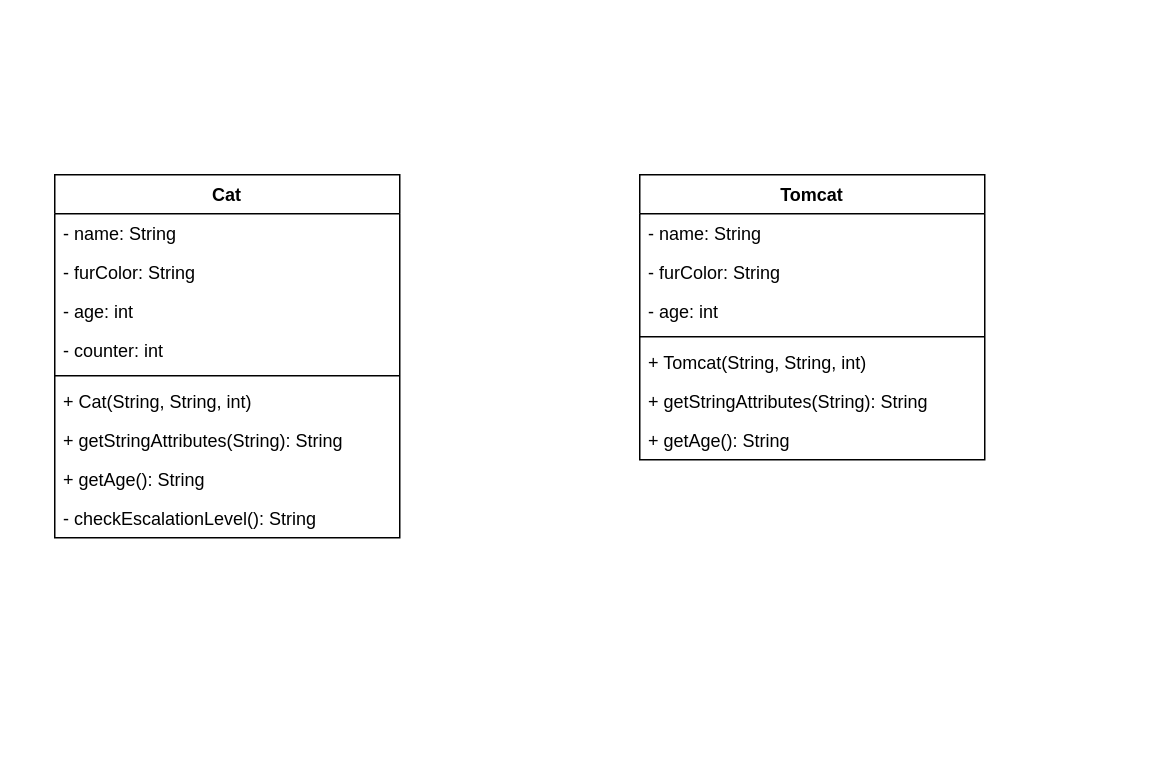
GitGud-OOP/03_Inheritance_Vererbung keeps this draw.io diagram as page "Cat_Tomcat" (2 of 2) of klassendiagramm.drawio. Above is the earlier version. Source tidied: cells renumbered, new cells numbered last; positions are measured from the earlier drawing's top-left corner, leaving out a move shared by most shapes. Both pictures are drawn from the tidied source at 150%, with x=0, y=0 at pixel (54, 174).
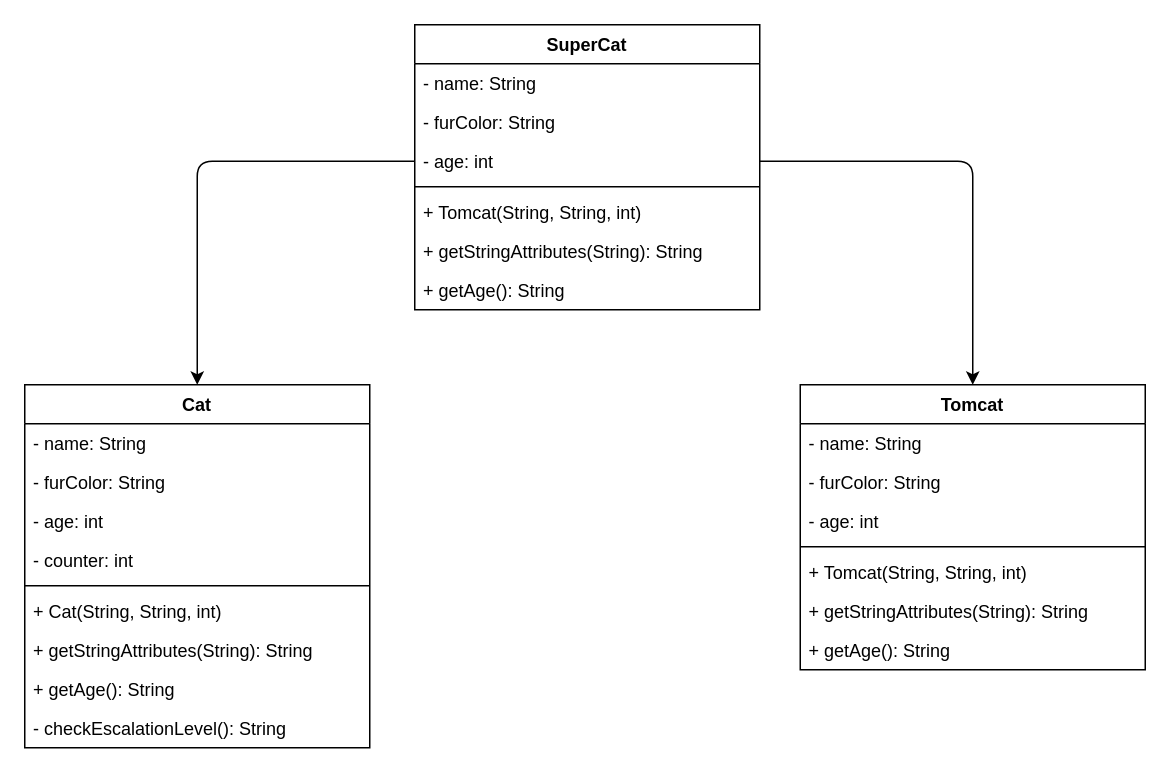
The same page after the edit.

What changed in the source:
```diff
@@
-    <mxCell id="2" value="Cat" style="swimlane;fontStyle=1;align=center;verticalAlign=top;horizontal=1;startSize=26;" parent="1" vertex="1">
-      <mxGeometry width="230" height="242" as="geometry" />
+    <mxCell id="2" value="Cat" style="swimlane;fontStyle=1;align=center;verticalAlign=top;horizontal=1;startSize=26;rotation=0;" parent="1" vertex="1">
+      <mxGeometry x="-20" y="140" width="230" height="242" as="geometry" />
     </mxCell>
-    <mxCell id="3" value="- name: String" style="text;strokeColor=none;fillColor=none;align=left;verticalAlign=top;spacingLeft=4;spacingRight=4;overflow=hidden;" parent="2" vertex="1">
+    <mxCell id="3" value="- name: String" style="text;strokeColor=none;fillColor=none;align=left;verticalAlign=top;spacingLeft=4;spacingRight=4;overflow=hidden;rotation=0;" parent="2" vertex="1">
       <mxGeometry y="26" width="230" height="26" as="geometry" />
     </mxCell>
-    <mxCell id="4" value="- furColor: String" style="text;strokeColor=none;fillColor=none;align=left;verticalAlign=top;spacingLeft=4;spacingRight=4;overflow=hidden;" parent="2" vertex="1">
+    <mxCell id="4" value="- furColor: String" style="text;strokeColor=none;fillColor=none;align=left;verticalAlign=top;spacingLeft=4;spacingRight=4;overflow=hidden;rotation=0;" parent="2" vertex="1">
       <mxGeometry y="52" width="230" height="26" as="geometry" />
     </mxCell>
-    <mxCell id="5" value="- age: int" style="text;strokeColor=none;fillColor=none;align=left;verticalAlign=top;spacingLeft=4;spacingRight=4;overflow=hidden;" parent="2" vertex="1">
+    <mxCell id="5" value="- age: int" style="text;strokeColor=none;fillColor=none;align=left;verticalAlign=top;spacingLeft=4;spacingRight=4;overflow=hidden;rotation=0;" parent="2" vertex="1">
       <mxGeometry y="78" width="230" height="26" as="geometry" />
     </mxCell>
-    <mxCell id="6" value="- counter: int" style="text;strokeColor=none;fillColor=none;align=left;verticalAlign=top;spacingLeft=4;spacingRight=4;overflow=hidden;" parent="2" vertex="1">
+    <mxCell id="6" value="- counter: int" style="text;strokeColor=none;fillColor=none;align=left;verticalAlign=top;spacingLeft=4;spacingRight=4;overflow=hidden;rotation=0;" parent="2" vertex="1">
       <mxGeometry y="104" width="230" height="26" as="geometry" />
     </mxCell>
-    <mxCell id="7" style="line;strokeWidth=1;fillColor=none;align=left;verticalAlign=middle;spacingTop=-1;spacingLeft=3;spacingRight=3;labelPosition=right;strokeColor=inherit;" parent="2" vertex="1">
+    <mxCell id="7" style="line;strokeWidth=1;fillColor=none;align=left;verticalAlign=middle;spacingTop=-1;spacingLeft=3;spacingRight=3;labelPosition=right;strokeColor=inherit;rotation=0;" parent="2" vertex="1">
       <mxGeometry y="130" width="230" height="8" as="geometry" />
     </mxCell>
-    <mxCell id="8" value="+ Cat(String, String, int)" style="text;strokeColor=none;fillColor=none;align=left;verticalAlign=top;spacingLeft=4;spacingRight=4;overflow=hidden;" parent="2" vertex="1">
+    <mxCell id="8" value="+ Cat(String, String, int)" style="text;strokeColor=none;fillColor=none;align=left;verticalAlign=top;spacingLeft=4;spacingRight=4;overflow=hidden;rotation=0;" parent="2" vertex="1">
       <mxGeometry y="138" width="230" height="26" as="geometry" />
     </mxCell>
-    <mxCell id="9" value="+ getStringAttributes(String): String" style="text;strokeColor=none;fillColor=none;align=left;verticalAlign=top;spacingLeft=4;spacingRight=4;overflow=hidden;" parent="2" vertex="1">
+    <mxCell id="9" value="+ getStringAttributes(String): String" style="text;strokeColor=none;fillColor=none;align=left;verticalAlign=top;spacingLeft=4;spacingRight=4;overflow=hidden;rotation=0;" parent="2" vertex="1">
       <mxGeometry y="164" width="230" height="26" as="geometry" />
     </mxCell>
-    <mxCell id="10" value="+ getAge(): String" style="text;strokeColor=none;fillColor=none;align=left;verticalAlign=top;spacingLeft=4;spacingRight=4;overflow=hidden;" parent="2" vertex="1">
+    <mxCell id="10" value="+ getAge(): String" style="text;strokeColor=none;fillColor=none;align=left;verticalAlign=top;spacingLeft=4;spacingRight=4;overflow=hidden;rotation=0;" parent="2" vertex="1">
       <mxGeometry y="190" width="230" height="26" as="geometry" />
     </mxCell>
-    <mxCell id="11" value="- checkEscalationLevel(): String" style="text;strokeColor=none;fillColor=none;align=left;verticalAlign=top;spacingLeft=4;spacingRight=4;overflow=hidden;" parent="2" vertex="1">
+    <mxCell id="11" value="- checkEscalationLevel(): String" style="text;strokeColor=none;fillColor=none;align=left;verticalAlign=top;spacingLeft=4;spacingRight=4;overflow=hidden;rotation=0;" parent="2" vertex="1">
       <mxGeometry y="216" width="230" height="26" as="geometry" />
     </mxCell>
     <mxCell id="12" value="Tomcat" style="swimlane;fontStyle=1;align=center;verticalAlign=top;horizontal=1;startSize=26;" parent="1" vertex="1">
-      <mxGeometry x="390" width="230" height="190" as="geometry" />
+      <mxGeometry x="497" y="140" width="230" height="190" as="geometry" />
     </mxCell>
@@
+    <mxCell id="20" value="SuperCat" style="swimlane;fontStyle=1;align=center;verticalAlign=top;horizontal=1;startSize=26;" parent="1" vertex="1">
+      <mxGeometry x="240" y="-100" width="230" height="190" as="geometry" />
+    </mxCell>
+    <mxCell id="21" value="- name: String" style="text;strokeColor=none;fillColor=none;align=left;verticalAlign=top;spacingLeft=4;spacingRight=4;overflow=hidden;" parent="20" vertex="1">
+      <mxGeometry y="26" width="230" height="26" as="geometry" />
+    </mxCell>
+    <mxCell id="22" value="- furColor: String" style="text;strokeColor=none;fillColor=none;align=left;verticalAlign=top;spacingLeft=4;spacingRight=4;overflow=hidden;" parent="20" vertex="1">
+      <mxGeometry y="52" width="230" height="26" as="geometry" />
+    </mxCell>
+    <mxCell id="23" value="- age: int" style="text;strokeColor=none;fillColor=none;align=left;verticalAlign=top;spacingLeft=4;spacingRight=4;overflow=hidden;points=[[0,0.5],[1,0.5]];portConstraint=eastwest;" parent="20" vertex="1">
+      <mxGeometry y="78" width="230" height="26" as="geometry" />
+    </mxCell>
+    <mxCell id="24" style="line;strokeWidth=1;fillColor=none;align=left;verticalAlign=middle;spacingTop=-1;spacingLeft=3;spacingRight=3;labelPosition=right;strokeColor=inherit;" parent="20" vertex="1">
+      <mxGeometry y="104" width="230" height="8" as="geometry" />
+    </mxCell>
+    <mxCell id="25" value="+ Tomcat(String, String, int)" style="text;strokeColor=none;fillColor=none;align=left;verticalAlign=top;spacingLeft=4;spacingRight=4;overflow=hidden;" parent="20" vertex="1">
+      <mxGeometry y="112" width="230" height="26" as="geometry" />
+    </mxCell>
+    <mxCell id="26" value="+ getStringAttributes(String): String" style="text;strokeColor=none;fillColor=none;align=left;verticalAlign=top;spacingLeft=4;spacingRight=4;overflow=hidden;" parent="20" vertex="1">
+      <mxGeometry y="138" width="230" height="26" as="geometry" />
+    </mxCell>
+    <mxCell id="27" value="+ getAge(): String" style="text;strokeColor=none;fillColor=none;align=left;verticalAlign=top;spacingLeft=4;spacingRight=4;overflow=hidden;" parent="20" vertex="1">
+      <mxGeometry y="164" width="230" height="26" as="geometry" />
+    </mxCell>
+    <mxCell id="28" style="edgeStyle=orthogonalEdgeStyle;html=1;exitX=1;exitY=0.5;exitDx=0;exitDy=0;" parent="1" edge="1" source="23" target="12">
+      <mxGeometry relative="1" as="geometry" />
+    </mxCell>
+    <mxCell id="29" style="edgeStyle=orthogonalEdgeStyle;html=1;exitX=0;exitY=0.5;exitDx=0;exitDy=0;entryX=0.5;entryY=0;entryDx=0;entryDy=0;" parent="1" edge="1" source="23" target="2">
+      <mxGeometry relative="1" as="geometry" />
+    </mxCell>
```
